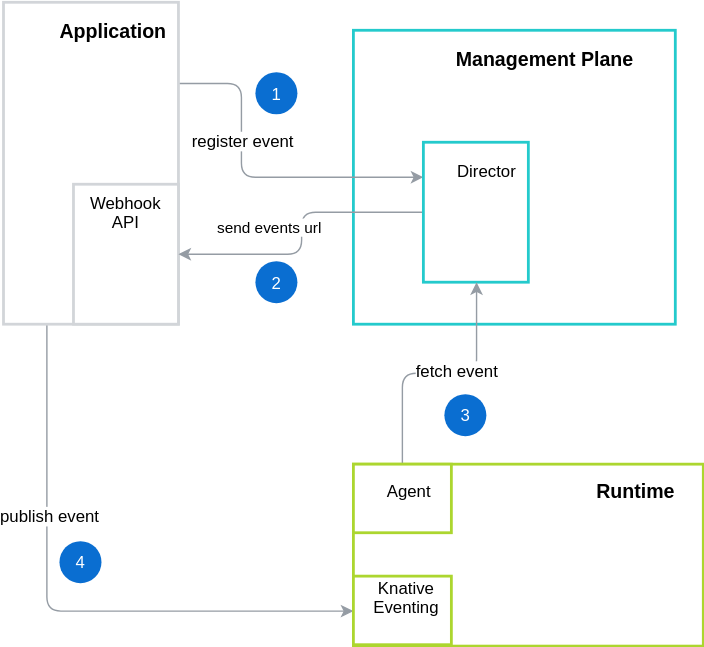
kyma-incubator/compass keeps this draw.io diagram as docs/architecture/assets/internal-event-flow.svg. Above is the earlier version. Source tidied: cells renumbered, new cells last; positions are measured from the earlier drawing's top-left corner, leaving out a move shared by most shapes. Source of this version:
```xml
<mxGraphModel background="#FFFFFF">
  <root>
    <mxCell id="0" />
    <mxCell id="1" parent="0" />
    <mxCell id="2" style="rounded=0;whiteSpace=wrap;html=1;strokeColor=#24CACC;strokeWidth=2;horizontal=1;" parent="1" vertex="1">
      <mxGeometry x="250" y="20" width="230" height="210" as="geometry" />
    </mxCell>
    <mxCell id="3" value="Management Plane&lt;br style=&quot;font-size: 14px&quot;&gt;" style="text;html=1;strokeColor=none;fillColor=none;align=center;verticalAlign=middle;whiteSpace=wrap;rounded=0;fontStyle=1;fontSize=14;" parent="1" vertex="1">
      <mxGeometry x="300" y="30" width="172" height="20" as="geometry" />
    </mxCell>
    <mxCell id="4" style="rounded=0;whiteSpace=wrap;html=1;strokeColor=#ACD62F;strokeWidth=2;horizontal=1;" parent="1" vertex="1">
      <mxGeometry x="250" y="330" width="250" height="130" as="geometry" />
    </mxCell>
    <mxCell id="5" value="&amp;nbsp;Runtime&lt;br style=&quot;font-size: 14px;&quot;&gt;" style="text;html=1;strokeColor=none;fillColor=none;align=center;verticalAlign=middle;whiteSpace=wrap;rounded=0;fontStyle=1;fontSize=14;" parent="1" vertex="1">
      <mxGeometry x="412.5" y="339" width="74" height="20" as="geometry" />
    </mxCell>
    <mxCell id="6" style="edgeStyle=orthogonalEdgeStyle;rounded=1;jettySize=auto;html=1;entryX=0;entryY=0.5;entryDx=0;entryDy=0;strokeColor=#959CA4;exitX=0.25;exitY=1;exitDx=0;exitDy=0;" parent="1" edge="1" source="10" target="17">
      <mxGeometry relative="1" as="geometry">
        <Array as="points">
          <mxPoint x="31" y="435" />
        </Array>
      </mxGeometry>
    </mxCell>
    <mxCell id="7" value="publish event&lt;br&gt;" style="text;html=1;align=center;verticalAlign=middle;labelBackgroundColor=#ffffff;" parent="6" vertex="1">
      <mxGeometry x="-0.36" y="2" relative="1" as="geometry" />
    </mxCell>
    <mxCell id="8" style="edgeStyle=orthogonalEdgeStyle;rounded=1;jettySize=auto;html=1;entryX=0;entryY=0.25;entryDx=0;entryDy=0;strokeColor=#959CA4;exitX=1;exitY=0.25;exitDx=0;exitDy=0;" parent="1" edge="1" source="10" target="15">
      <mxGeometry relative="1" as="geometry">
        <Array as="points">
          <mxPoint x="170" y="58" />
          <mxPoint x="170" y="125" />
        </Array>
      </mxGeometry>
    </mxCell>
    <mxCell id="9" value="register event" style="text;html=1;align=center;verticalAlign=middle;labelBackgroundColor=#ffffff;" parent="8" vertex="1">
      <mxGeometry x="-0.3" y="1" relative="1" as="geometry" />
    </mxCell>
    <mxCell id="10" style="rounded=0;whiteSpace=wrap;html=1;strokeColor=#D2D5D9;strokeWidth=2;horizontal=1;" parent="1" vertex="1">
      <mxGeometry width="125" height="230" as="geometry" />
    </mxCell>
    <mxCell id="11" value="Application&amp;nbsp;&lt;br style=&quot;font-size: 14px;&quot;&gt;" style="text;html=1;strokeColor=none;fillColor=none;align=center;verticalAlign=middle;whiteSpace=wrap;rounded=0;fontStyle=1;fontSize=14;" parent="1" vertex="1">
      <mxGeometry x="40" y="10" width="80" height="20" as="geometry" />
    </mxCell>
    <mxCell id="12" style="rounded=0;whiteSpace=wrap;html=1;strokeColor=#D2D5D9;strokeWidth=2;horizontal=1;" parent="1" vertex="1">
      <mxGeometry x="50" y="130" width="75" height="100" as="geometry" />
    </mxCell>
    <mxCell id="13" value="Webhook API" style="text;html=1;strokeColor=none;fillColor=none;align=center;verticalAlign=middle;whiteSpace=wrap;rounded=0;fontSize=12;" parent="1" vertex="1">
      <mxGeometry x="67.5" y="140" width="40" height="20" as="geometry" />
    </mxCell>
    <mxCell id="14" value="send events url&lt;br&gt;" style="edgeStyle=orthogonalEdgeStyle;rounded=1;jettySize=auto;html=1;entryX=1;entryY=0.5;entryDx=0;entryDy=0;strokeColor=#959CA4;" parent="1" edge="1" source="15" target="12">
      <mxGeometry x="0.37" y="-20" relative="1" as="geometry" />
    </mxCell>
    <mxCell id="15" style="rounded=0;whiteSpace=wrap;html=1;strokeColor=#24CACC;strokeWidth=2;horizontal=1;" parent="1" vertex="1">
      <mxGeometry x="300" y="100" width="75" height="100" as="geometry" />
    </mxCell>
    <mxCell id="16" value="Director" style="text;html=1;strokeColor=none;fillColor=none;align=center;verticalAlign=middle;whiteSpace=wrap;rounded=0;fontSize=12;" parent="1" vertex="1">
      <mxGeometry x="325" y="110" width="40" height="20" as="geometry" />
    </mxCell>
    <mxCell id="17" style="rounded=0;whiteSpace=wrap;html=1;strokeColor=#ACD62F;strokeWidth=2;horizontal=1;" parent="1" vertex="1">
      <mxGeometry x="250" y="410" width="70" height="49" as="geometry" />
    </mxCell>
    <mxCell id="18" value="Knative Eventing&lt;br&gt;" style="text;html=1;strokeColor=none;fillColor=none;align=center;verticalAlign=middle;whiteSpace=wrap;rounded=0;fontSize=12;fontStyle=0;" parent="1" vertex="1">
      <mxGeometry x="267.5" y="414.5" width="40" height="20" as="geometry" />
    </mxCell>
    <mxCell id="19" style="edgeStyle=orthogonalEdgeStyle;rounded=1;jettySize=auto;html=1;exitX=0.5;exitY=0;exitDx=0;exitDy=0;entryX=0.5;entryY=1;entryDx=0;entryDy=0;strokeColor=#959CA4;fontFamily=Helvetica;fontColor=#FFFFFF;" parent="1" edge="1" source="21" target="15">
      <mxGeometry relative="1" as="geometry" />
    </mxCell>
    <mxCell id="20" value="&lt;font color=&quot;#000000&quot;&gt;fetch event&lt;/font&gt;" style="text;html=1;align=center;verticalAlign=middle;labelBackgroundColor=#ffffff;fontFamily=Helvetica;fontColor=#FFFFFF;" parent="19" vertex="1">
      <mxGeometry x="0.14" y="3" relative="1" as="geometry" />
    </mxCell>
    <mxCell id="21" style="rounded=0;whiteSpace=wrap;html=1;strokeColor=#ACD62F;strokeWidth=2;horizontal=1;" parent="1" vertex="1">
      <mxGeometry x="250" y="330" width="70" height="49" as="geometry" />
    </mxCell>
    <mxCell id="22" value="Agent&lt;br&gt;" style="text;html=1;strokeColor=none;fillColor=none;align=center;verticalAlign=middle;whiteSpace=wrap;rounded=0;" parent="1" vertex="1">
      <mxGeometry x="270" y="339" width="40" height="20" as="geometry" />
    </mxCell>
    <mxCell id="23" value="2&lt;br&gt;" style="verticalLabelPosition=middle;verticalAlign=middle;html=1;strokeWidth=2;shape=mxgraph.flowchart.on-page_reference;fillColor=#0A6ED1;strokeColor=none;fontFamily=Helvetica;labelPosition=center;align=center;fontColor=#FFFFFF;" parent="1" vertex="1">
      <mxGeometry x="180" y="185" width="30" height="30" as="geometry" />
    </mxCell>
    <mxCell id="24" value="1&lt;br&gt;" style="verticalLabelPosition=middle;verticalAlign=middle;html=1;strokeWidth=2;shape=mxgraph.flowchart.on-page_reference;fillColor=#0A6ED1;strokeColor=none;fontFamily=Helvetica;labelPosition=center;align=center;fontColor=#FFFFFF;" parent="1" vertex="1">
      <mxGeometry x="180" y="50" width="30" height="30" as="geometry" />
    </mxCell>
    <mxCell id="25" value="4&lt;br&gt;" style="verticalLabelPosition=middle;verticalAlign=middle;html=1;strokeWidth=2;shape=mxgraph.flowchart.on-page_reference;fillColor=#0A6ED1;strokeColor=none;fontFamily=Helvetica;labelPosition=center;align=center;fontColor=#FFFFFF;" parent="1" vertex="1">
      <mxGeometry x="40" y="384.5" width="30" height="30" as="geometry" />
    </mxCell>
    <mxCell id="26" value="3&lt;br&gt;" style="verticalLabelPosition=middle;verticalAlign=middle;html=1;strokeWidth=2;shape=mxgraph.flowchart.on-page_reference;fillColor=#0A6ED1;strokeColor=none;fontFamily=Helvetica;labelPosition=center;align=center;fontColor=#FFFFFF;" parent="1" vertex="1">
      <mxGeometry x="315" y="280" width="30" height="30" as="geometry" />
    </mxCell>
  </root>
</mxGraphModel>
```
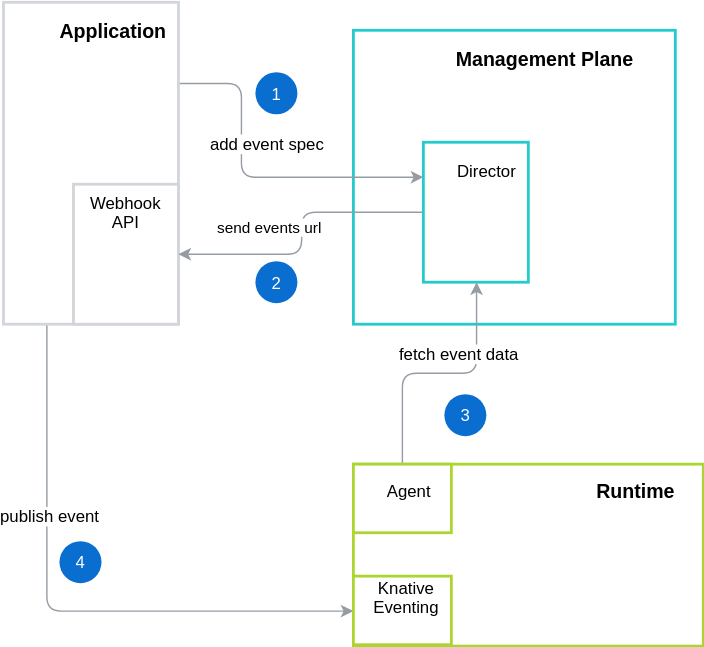
After the change.

What changed in the source:
```diff
@@ -32,8 +32,10 @@
         </Array>
       </mxGeometry>
     </mxCell>
-    <mxCell id="9" value="register event" style="text;html=1;align=center;verticalAlign=middle;labelBackgroundColor=#ffffff;" parent="8" vertex="1">
-      <mxGeometry x="-0.3" y="1" relative="1" as="geometry" />
+    <mxCell id="9" value="add event spec" style="text;html=1;align=center;verticalAlign=middle;labelBackgroundColor=#ffffff;" parent="8" vertex="1">
+      <mxGeometry x="-0.3" y="1" relative="1" as="geometry">
+        <mxPoint x="16.5" y="2" as="offset" />
+      </mxGeometry>
     </mxCell>
     <mxCell id="10" style="rounded=0;whiteSpace=wrap;html=1;strokeColor=#D2D5D9;strokeWidth=2;horizontal=1;" parent="1" vertex="1">
       <mxGeometry width="125" height="230" as="geometry" />
@@ -65,8 +67,10 @@
     <mxCell id="19" style="edgeStyle=orthogonalEdgeStyle;rounded=1;jettySize=auto;html=1;exitX=0.5;exitY=0;exitDx=0;exitDy=0;entryX=0.5;entryY=1;entryDx=0;entryDy=0;strokeColor=#959CA4;fontFamily=Helvetica;fontColor=#FFFFFF;" parent="1" edge="1" source="21" target="15">
       <mxGeometry relative="1" as="geometry" />
     </mxCell>
-    <mxCell id="20" value="&lt;font color=&quot;#000000&quot;&gt;fetch event&lt;/font&gt;" style="text;html=1;align=center;verticalAlign=middle;labelBackgroundColor=#ffffff;fontFamily=Helvetica;fontColor=#FFFFFF;" parent="19" vertex="1">
-      <mxGeometry x="0.14" y="3" relative="1" as="geometry" />
+    <mxCell id="20" value="&lt;font color=&quot;#000000&quot;&gt;fetch event data&lt;/font&gt;" style="text;html=1;align=center;verticalAlign=middle;labelBackgroundColor=#ffffff;fontFamily=Helvetica;fontColor=#FFFFFF;" parent="19" vertex="1">
+      <mxGeometry x="0.14" y="3" relative="1" as="geometry">
+        <mxPoint x="1" y="-12" as="offset" />
+      </mxGeometry>
     </mxCell>
     <mxCell id="21" style="rounded=0;whiteSpace=wrap;html=1;strokeColor=#ACD62F;strokeWidth=2;horizontal=1;" parent="1" vertex="1">
       <mxGeometry x="250" y="330" width="70" height="49" as="geometry" />
```
